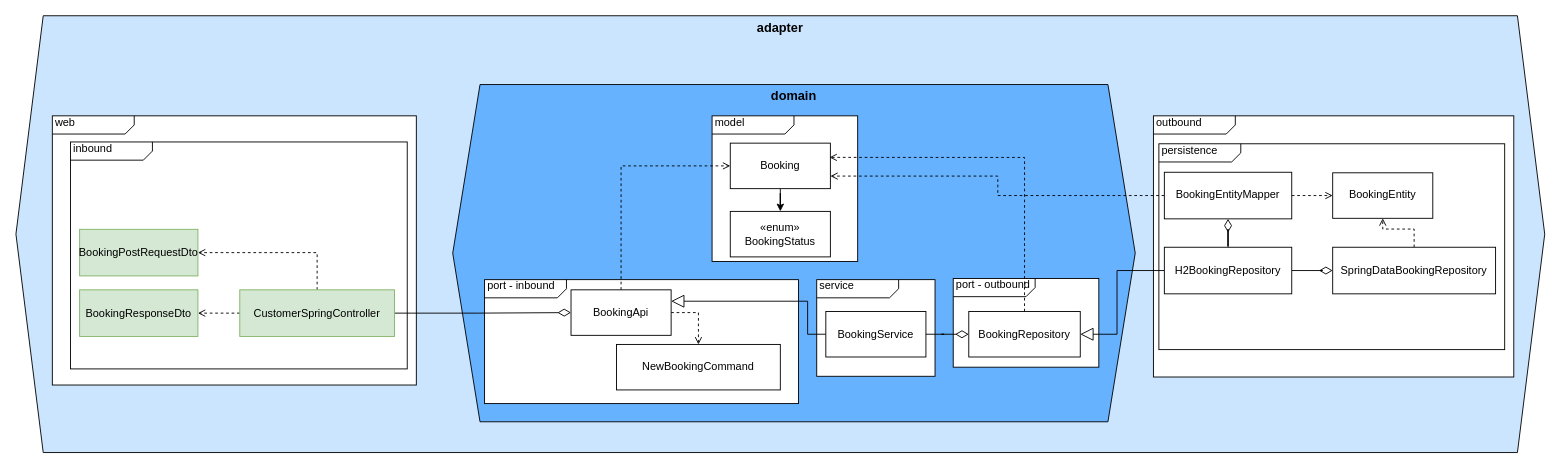
Earlier version of the draw.io diagram page "booking domein met persistence en web" (8 of 10) of docs/assignment-diagrammen/diagrammen-verzameling.drawio (Quintor/hexagonal-architecture-workshop). Source tidied: cells renumbered, new cells numbered last; positions are measured from the earlier drawing's top-left corner, leaving out a move shared by most shapes. Both pictures are drawn from the tidied source at 91%, with x=0, y=0 at pixel (15, 15).
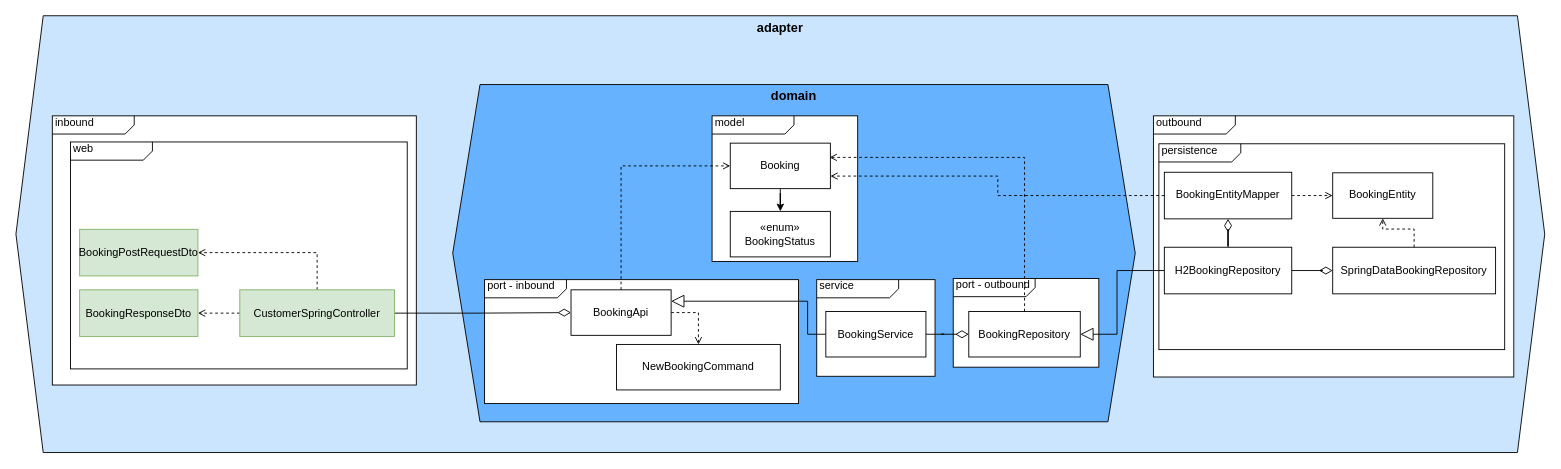
Above is the later version.

Commit message (it also covers changes not shown here):
fix: reverse web with inbound package naming

Change to the diagram source:
```diff
@@
-    <mxCell id="32" value="&amp;nbsp;web" style="html=1;shape=mxgraph.sysml.package;html=1;overflow=fill;whiteSpace=wrap;align=left;" parent="1" vertex="1">
+    <mxCell id="32" value="&amp;nbsp;inbound" style="html=1;shape=mxgraph.sysml.package;html=1;overflow=fill;whiteSpace=wrap;align=left;" parent="1" vertex="1">
       <mxGeometry x="40" y="109.8" width="400" height="295.8" as="geometry" />
     </mxCell>
-    <mxCell id="33" value="&amp;nbsp;inbound" style="html=1;shape=mxgraph.sysml.package;html=1;overflow=fill;whiteSpace=wrap;align=left;" parent="1" vertex="1">
+    <mxCell id="33" value="&amp;nbsp;web" style="html=1;shape=mxgraph.sysml.package;html=1;overflow=fill;whiteSpace=wrap;align=left;" parent="1" vertex="1">
       <mxGeometry x="60" y="138.5" width="370" height="249.4" as="geometry" />
     </mxCell>
```
